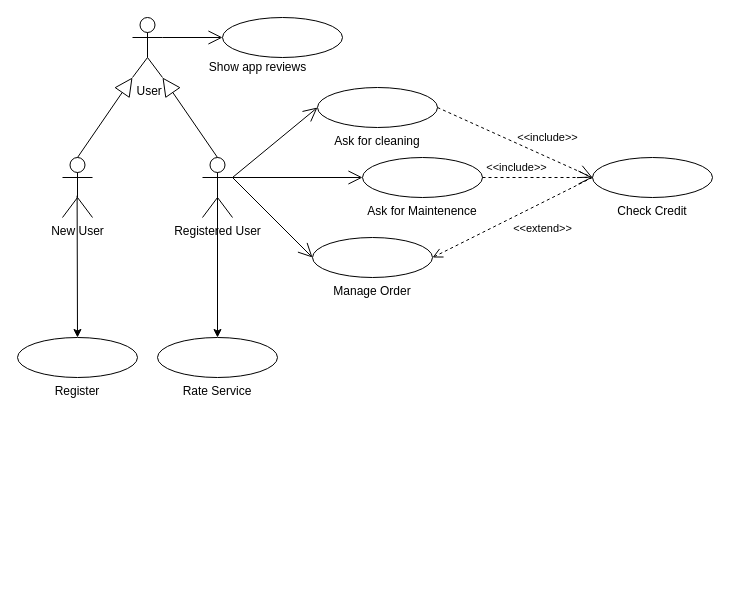
The draw.io diagram page "case diagram" (1 of 6) of saad project team 1.drawio in adhamfayrouzamf/drawio, before the edit. Source tidied: cells renumbered, new cells numbered last; positions are measured from the earlier drawing's top-left corner, leaving out a move shared by most shapes. Both pictures are drawn from the tidied source at 100%, with x=0, y=0 at pixel (17, 17).
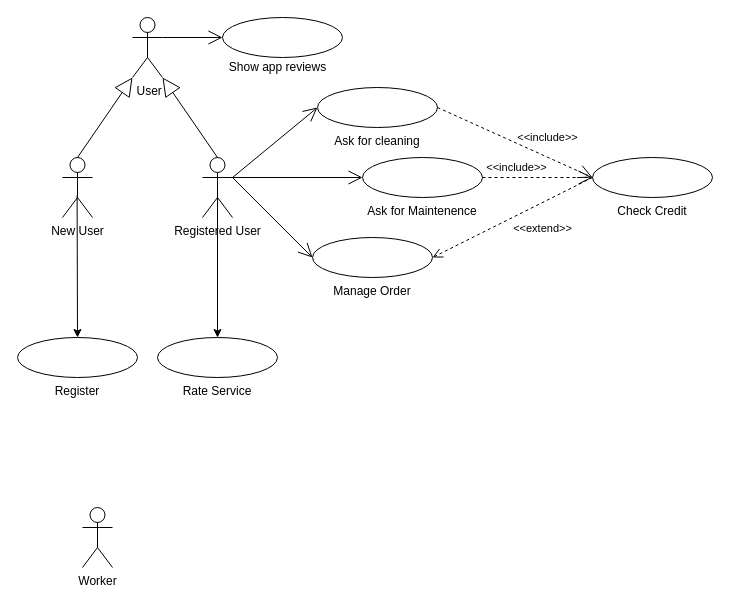
Above is the later version.

Diff of the diagram source:
```diff
@@
     <mxCell id="7" value="Show app reviews" style="text;html=1;align=center;verticalAlign=middle;fillColor=none;strokeColor=none;rounded=0;" parent="1" vertex="1">
-      <mxGeometry x="185" y="40" width="110" height="20" as="geometry" />
+      <mxGeometry x="205" y="40" width="110" height="20" as="geometry" />
     </mxCell>
@@
+    <mxCell id="24" value="Worker" style="shape=umlActor;verticalLabelPosition=bottom;verticalAlign=top;html=1;" parent="1" vertex="1">
+      <mxGeometry x="65" y="490" width="30" height="60" as="geometry" />
+    </mxCell>
```
